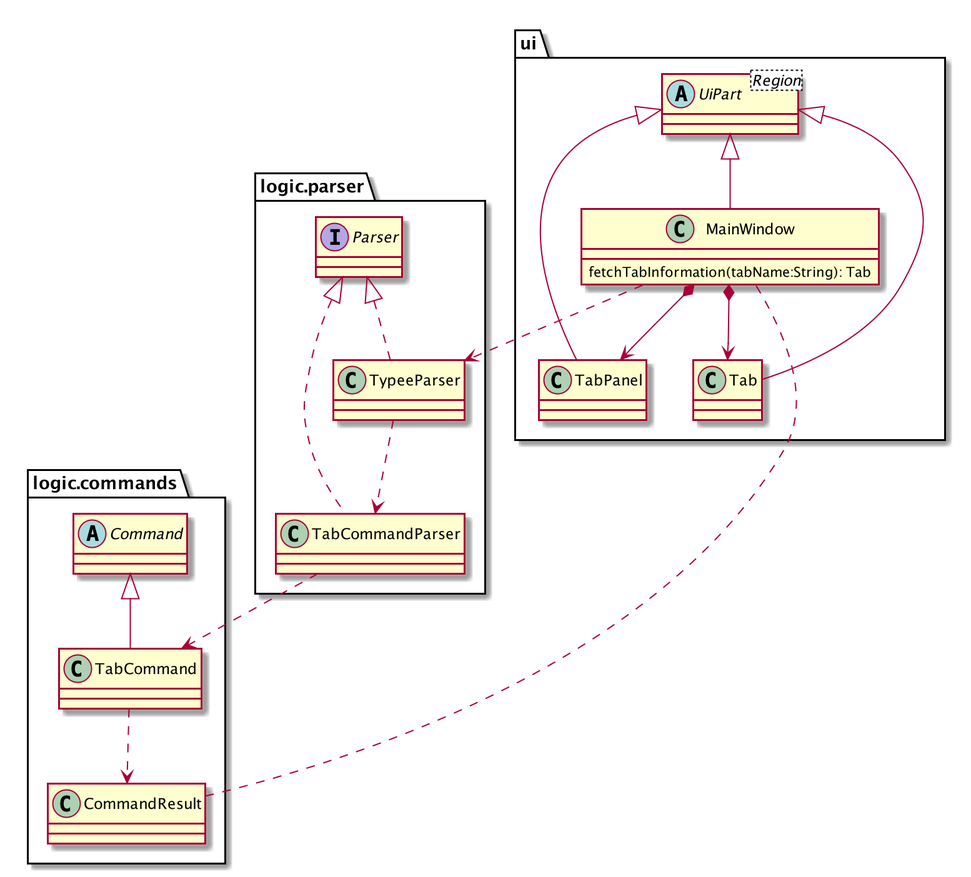
nus-cs2103-AY1920S1/addressbook-level3 keeps this PlantUML diagram as docs/images/TabCommandClassDiagram.png. Above is the earlier version.
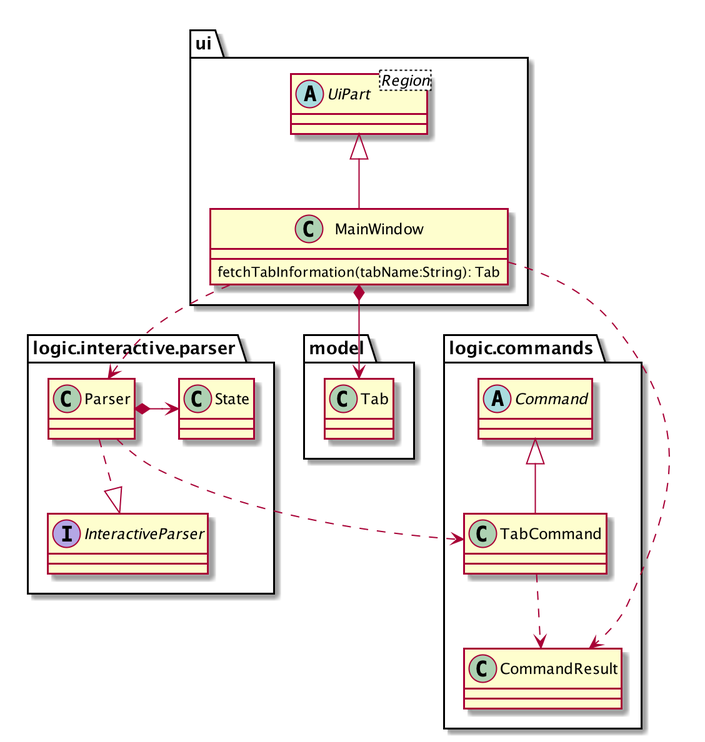
The same diagram one commit later.

The edit, as a diff of the source:
```diff
@@ -1,17 +1,19 @@
 @startuml
 package ui {
-    class TabPanel
     class MainWindow {
         fetchTabInformation(tabName:String): Tab
     }
-    class Tab
     abstract class UiPart<Region>
 }
 
-package logic.parser {
-    class TabCommandParser
-    interface Parser
-    class TypeeParser
+package model {
+    class Tab
+}
+
+package logic.interactive.parser {
+    interface InteractiveParser
+    class Parser
+    class State
 }
 
 package logic.commands {
@@ -20,17 +22,13 @@
     class CommandResult
 }
 
-UiPart <|-- Tab
-UiPart <|-- TabPanel
 UiPart <|-- MainWindow
 MainWindow *--> Tab
-MainWindow *--> TabPanel
-Parser <|.. TabCommandParser
-Parser <|.. TypeeParser
-TypeeParser ..> TabCommandParser
 Command <|-- TabCommand
-TabCommandParser ..> TabCommand
 TabCommand ..> CommandResult
-MainWindow ..> TypeeParser
-CommandResult .. MainWindow
+MainWindow ..> Parser
+Parser ..> TabCommand
+Parser *-> State
+Parser ..|> InteractiveParser
+MainWindow ..> CommandResult
 @enduml
```
